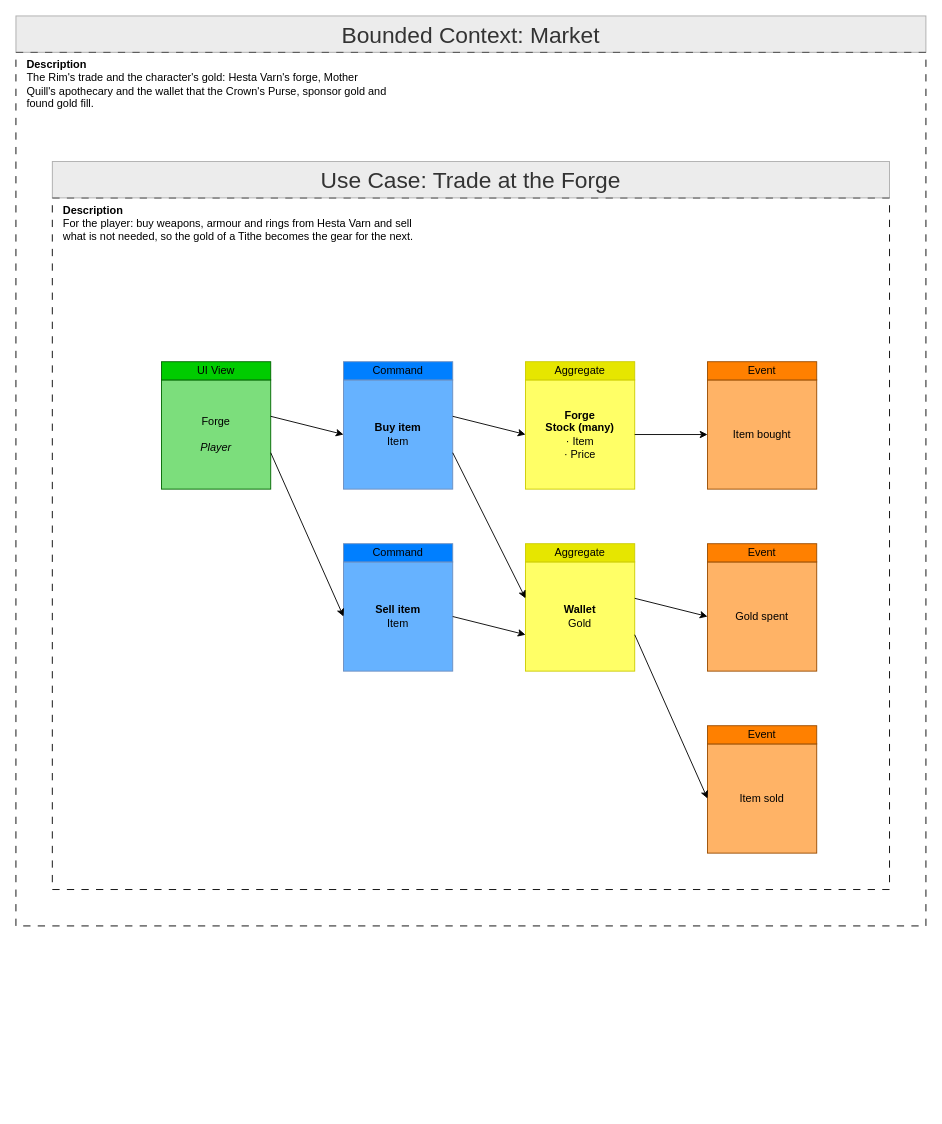
tokeboisen/themaw keeps this draw.io diagram as ProductOwner/contexts/market/models/Feature-019-trade-at-the-forge.drawio. Above is the earlier version. Source tidied: cells renumbered, new cells numbered last; positions are measured from the earlier drawing's top-left corner, leaving out a move shared by most shapes. Both pictures are drawn from the tidied source at 91%, with x=0, y=0 at pixel (15, 15).
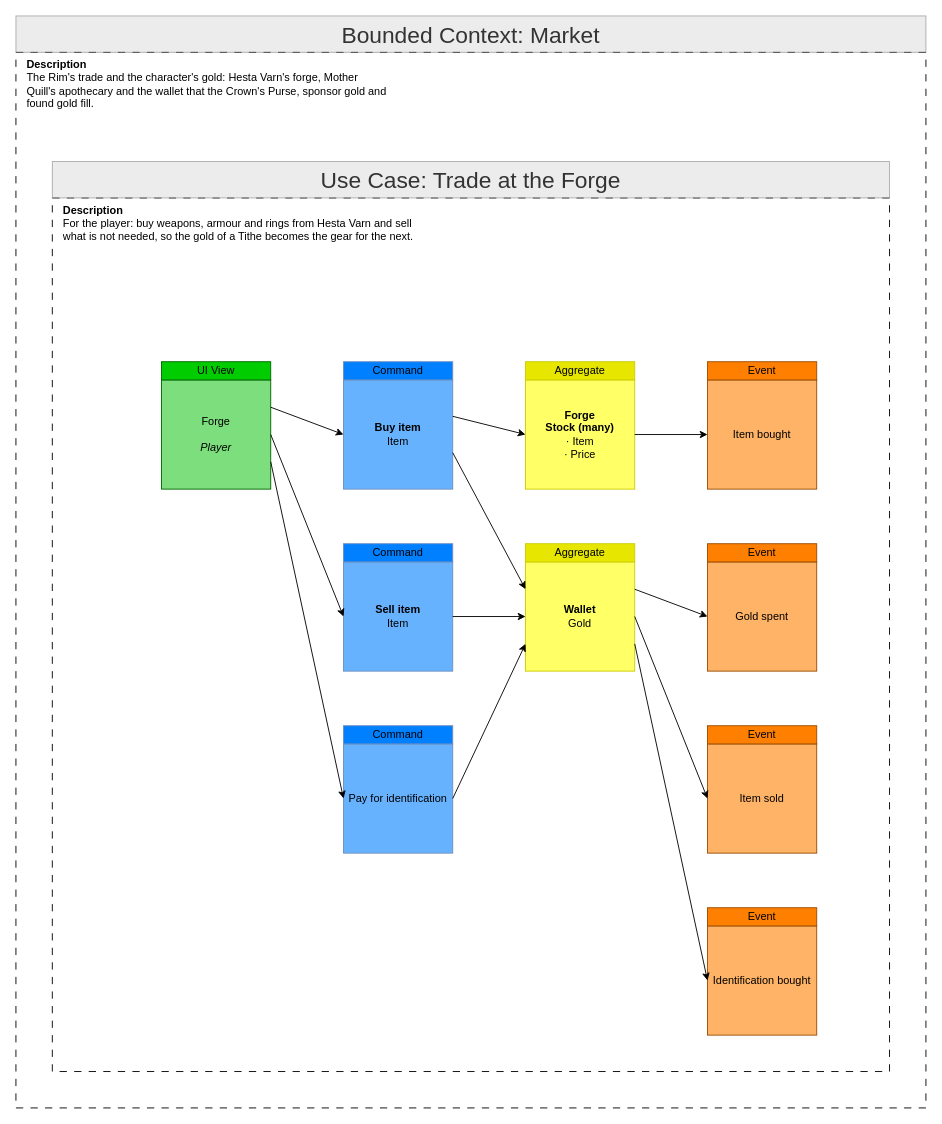
Above is the later version.

The change refers to these unchanged cells:
```xml
<mxCell id="8" value="Forge&lt;br&gt;&lt;br&gt;&lt;i&gt;Player&lt;/i&gt;" style="rounded=0;whiteSpace=wrap;html=1;labelBackgroundColor=none;fillColor=#7CDE7C;strokeColor=#006600;" parent="1" vertex="1">
  <mxGeometry x="160" y="400" width="120" height="120" as="geometry" />
</mxCell>
<mxCell id="10" value="&lt;b&gt;Buy item&lt;/b&gt;&lt;br&gt;Item" style="rounded=0;whiteSpace=wrap;html=1;labelBackgroundColor=none;fillColor=#66B2FF;strokeColor=#6C8EBF;" parent="1" vertex="1">
  <mxGeometry x="360" y="400" width="120" height="120" as="geometry" />
</mxCell>
<mxCell id="12" value="&lt;b&gt;Sell item&lt;/b&gt;&lt;br&gt;Item" style="rounded=0;whiteSpace=wrap;html=1;labelBackgroundColor=none;fillColor=#66B2FF;strokeColor=#6C8EBF;" parent="1" vertex="1">
  <mxGeometry x="360" y="600" width="120" height="120" as="geometry" />
</mxCell>
<mxCell id="16" value="&lt;b&gt;Wallet&lt;/b&gt;&lt;br&gt;Gold" style="rounded=0;whiteSpace=wrap;html=1;labelBackgroundColor=none;fillColor=#FFFF66;strokeColor=#CCCC00;" parent="1" vertex="1">
  <mxGeometry x="560" y="600" width="120" height="120" as="geometry" />
</mxCell>
<mxCell id="20" value="Gold spent" style="rounded=0;whiteSpace=wrap;html=1;labelBackgroundColor=none;fillColor=#FFB366;strokeColor=#994C00;" parent="1" vertex="1">
  <mxGeometry x="760" y="600" width="120" height="120" as="geometry" />
</mxCell>
<mxCell id="22" value="Item sold" style="rounded=0;whiteSpace=wrap;html=1;labelBackgroundColor=none;fillColor=#FFB366;strokeColor=#994C00;" parent="1" vertex="1">
  <mxGeometry x="760" y="800" width="120" height="120" as="geometry" />
</mxCell>
```

Diff of the diagram source:
```diff
@@
     <mxCell id="2" style="rounded=0;whiteSpace=wrap;html=1;fillColor=none;dashed=1;dashPattern=8 8;" parent="1" vertex="1">
-      <mxGeometry y="40" width="1000" height="960" as="geometry" />
+      <mxGeometry y="40" width="1000" height="1160" as="geometry" />
     </mxCell>
@@
     <mxCell id="5" style="rounded=0;whiteSpace=wrap;html=1;fillColor=none;dashed=1;dashPattern=8 8;" parent="1" vertex="1">
-      <mxGeometry x="40" y="200" width="920" height="760" as="geometry" />
+      <mxGeometry x="40" y="200" width="920" height="960" as="geometry" />
     </mxCell>
@@
+    <mxCell id="32" value="Pay for identification" style="rounded=0;whiteSpace=wrap;html=1;labelBackgroundColor=none;fillColor=#66B2FF;strokeColor=#6C8EBF;" parent="1" vertex="1">
+      <mxGeometry x="360" y="800" width="120" height="120" as="geometry" />
+    </mxCell>
+    <mxCell id="33" value="Command" style="rounded=0;whiteSpace=wrap;html=1;labelBackgroundColor=none;fillColor=#007FFF;strokeColor=#6C8EBF;" parent="1" vertex="1">
+      <mxGeometry x="360" y="780" width="120" height="20" as="geometry" />
+    </mxCell>
@@
+    <mxCell id="34" value="Identification bought" style="rounded=0;whiteSpace=wrap;html=1;labelBackgroundColor=none;fillColor=#FFB366;strokeColor=#994C00;" parent="1" vertex="1">
+      <mxGeometry x="760" y="1000" width="120" height="120" as="geometry" />
+    </mxCell>
+    <mxCell id="35" value="Event" style="rounded=0;whiteSpace=wrap;html=1;labelBackgroundColor=none;fillColor=#FF8000;strokeColor=#994C00;" parent="1" vertex="1">
+      <mxGeometry x="760" y="980" width="120" height="20" as="geometry" />
+    </mxCell>
-    <mxCell id="24" style="endArrow=classic;html=1;rounded=0;exitX=1;exitY=0.3333;exitDx=0;exitDy=0;entryX=0;entryY=0.5;entryDx=0;entryDy=0;" parent="1" edge="1" source="8" target="10">
+    <mxCell id="24" style="endArrow=classic;html=1;rounded=0;exitX=1;exitY=0.25;exitDx=0;exitDy=0;entryX=0;entryY=0.5;entryDx=0;entryDy=0;" parent="1" edge="1" source="8" target="10">
       <mxGeometry relative="1" as="geometry" />
     </mxCell>
-    <mxCell id="25" style="endArrow=classic;html=1;rounded=0;exitX=1;exitY=0.6667;exitDx=0;exitDy=0;entryX=0;entryY=0.5;entryDx=0;entryDy=0;" parent="1" edge="1" source="8" target="12">
+    <mxCell id="25" style="endArrow=classic;html=1;rounded=0;exitX=1;exitY=0.5;exitDx=0;exitDy=0;entryX=0;entryY=0.5;entryDx=0;entryDy=0;" parent="1" edge="1" source="8" target="12">
       <mxGeometry relative="1" as="geometry" />
     </mxCell>
@@
-    <mxCell id="27" style="endArrow=classic;html=1;rounded=0;exitX=1;exitY=0.6667;exitDx=0;exitDy=0;entryX=0;entryY=0.3333;entryDx=0;entryDy=0;" parent="1" edge="1" source="10" target="16">
+    <mxCell id="27" style="endArrow=classic;html=1;rounded=0;exitX=1;exitY=0.6667;exitDx=0;exitDy=0;entryX=0;entryY=0.25;entryDx=0;entryDy=0;" parent="1" edge="1" source="10" target="16">
       <mxGeometry relative="1" as="geometry" />
     </mxCell>
-    <mxCell id="28" style="endArrow=classic;html=1;rounded=0;exitX=1;exitY=0.5;exitDx=0;exitDy=0;entryX=0;entryY=0.6667;entryDx=0;entryDy=0;" parent="1" edge="1" source="12" target="16">
+    <mxCell id="28" style="endArrow=classic;html=1;rounded=0;exitX=1;exitY=0.5;exitDx=0;exitDy=0;entryX=0;entryY=0.5;entryDx=0;entryDy=0;" parent="1" edge="1" source="12" target="16">
       <mxGeometry relative="1" as="geometry" />
     </mxCell>
@@
-    <mxCell id="30" style="endArrow=classic;html=1;rounded=0;exitX=1;exitY=0.3333;exitDx=0;exitDy=0;entryX=0;entryY=0.5;entryDx=0;entryDy=0;" parent="1" edge="1" source="16" target="20">
+    <mxCell id="30" style="endArrow=classic;html=1;rounded=0;exitX=1;exitY=0.25;exitDx=0;exitDy=0;entryX=0;entryY=0.5;entryDx=0;entryDy=0;" parent="1" edge="1" source="16" target="20">
       <mxGeometry relative="1" as="geometry" />
     </mxCell>
-    <mxCell id="31" style="endArrow=classic;html=1;rounded=0;exitX=1;exitY=0.6667;exitDx=0;exitDy=0;entryX=0;entryY=0.5;entryDx=0;entryDy=0;" parent="1" edge="1" source="16" target="22">
+    <mxCell id="31" style="endArrow=classic;html=1;rounded=0;exitX=1;exitY=0.5;exitDx=0;exitDy=0;entryX=0;entryY=0.5;entryDx=0;entryDy=0;" parent="1" edge="1" source="16" target="22">
       <mxGeometry relative="1" as="geometry" />
     </mxCell>
+    <mxCell id="36" style="endArrow=classic;html=1;rounded=0;exitX=1;exitY=0.75;exitDx=0;exitDy=0;entryX=0;entryY=0.5;entryDx=0;entryDy=0;" parent="1" edge="1" source="8" target="32">
+      <mxGeometry relative="1" as="geometry" />
+    </mxCell>
+    <mxCell id="37" style="endArrow=classic;html=1;rounded=0;exitX=1;exitY=0.5;exitDx=0;exitDy=0;entryX=0;entryY=0.75;entryDx=0;entryDy=0;" parent="1" edge="1" source="32" target="16">
+      <mxGeometry relative="1" as="geometry" />
+    </mxCell>
+    <mxCell id="38" style="endArrow=classic;html=1;rounded=0;exitX=1;exitY=0.75;exitDx=0;exitDy=0;entryX=0;entryY=0.5;entryDx=0;entryDy=0;" parent="1" edge="1" source="16" target="34">
+      <mxGeometry relative="1" as="geometry" />
+    </mxCell>
```
